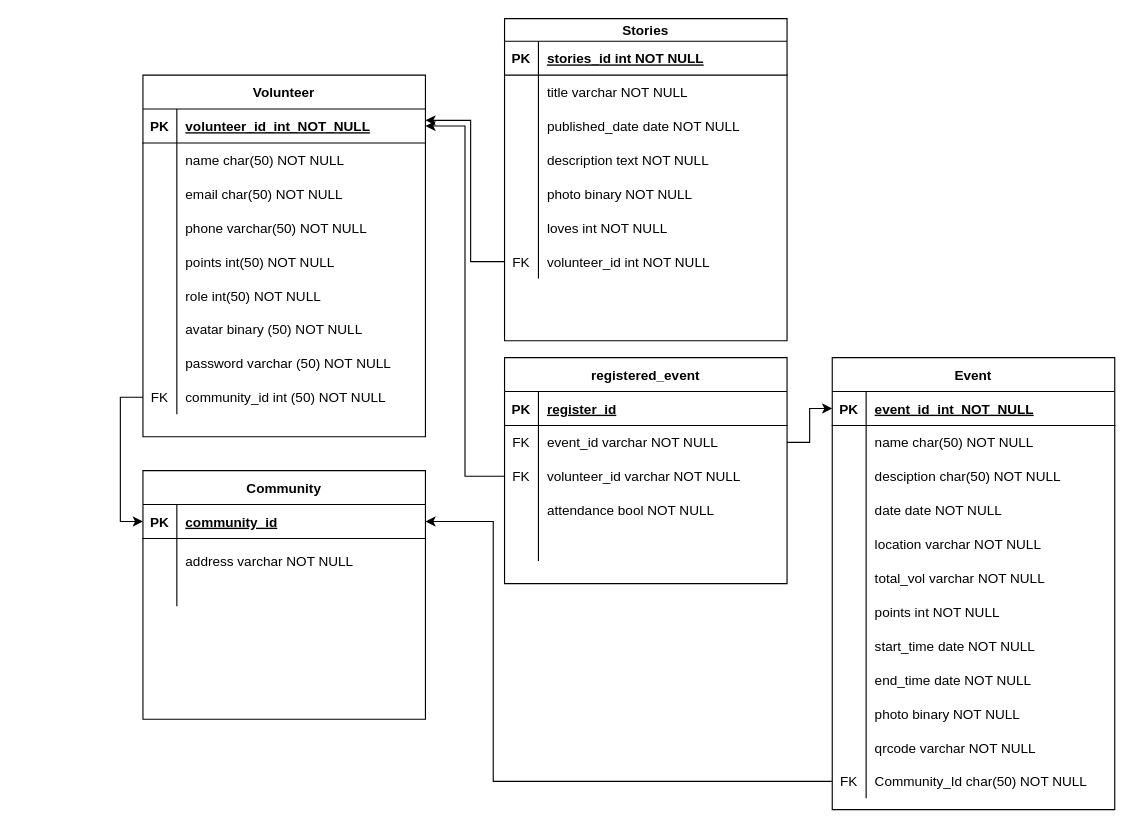
This is titik-jumpa-db.drawio from TitikJumpa/titik-jumpa-db, a draw.io file, before an edit. Source tidied: cells renumbered, new cells numbered last; positions are measured from the earlier drawing's top-left corner, leaving out a move shared by most shapes. Both pictures are drawn from the tidied source at 113%, with x=0, y=0 at pixel (18, 18).
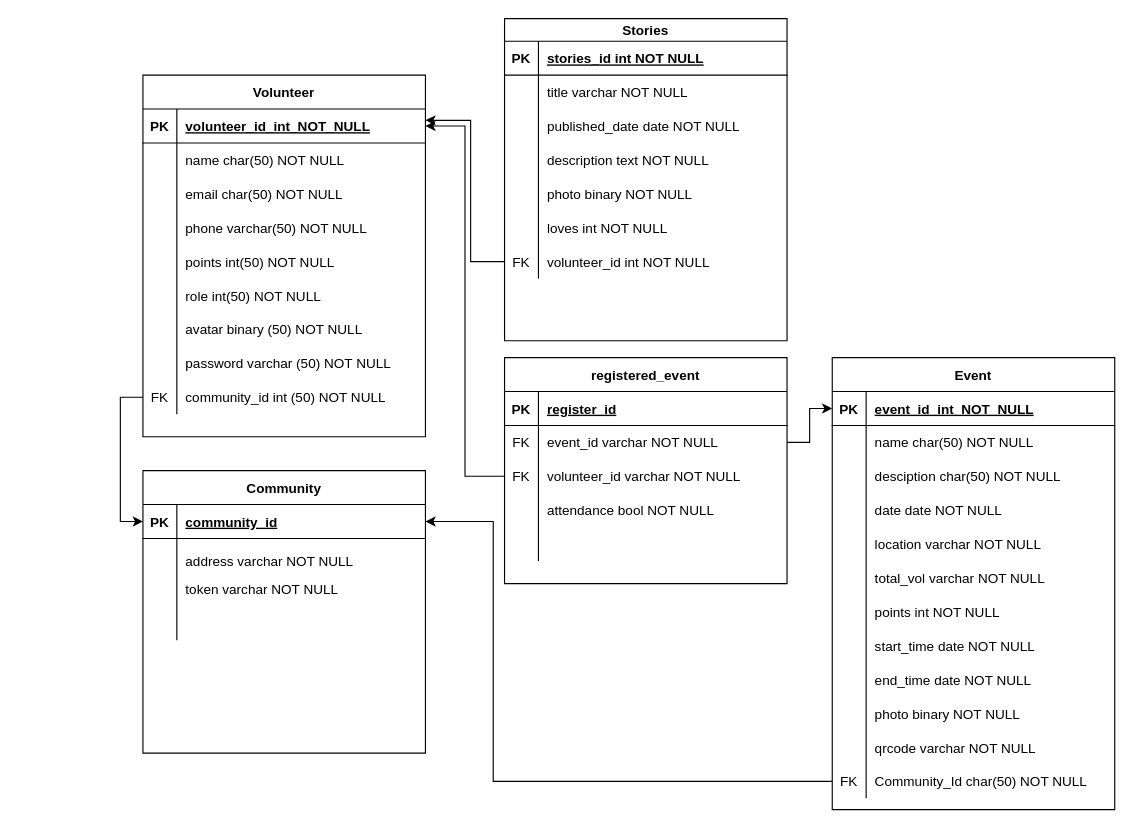
After the change.

Commit message:
Tambah field token di community

Unchanged cells that the change refers to:
```xml
<mxCell id="53" style="group;" parent="1" vertex="1">
  <mxGeometry x="110" y="400" width="250" height="220" as="geometry" />
</mxCell>
```

Change to the diagram source:
```diff
@@
     <mxCell id="54" value="Community" style="shape=table;startSize=30;childLayout=tableLayout;rowLines=0;fontStyle=1;align=center;" parent="53" vertex="1">
-      <mxGeometry width="250" height="220" as="geometry" />
+      <mxGeometry width="250" height="250" as="geometry" />
     </mxCell>
@@
+    <mxCell id="124" style="shape=partialRectangle;fillColor=none;top=0;left=0;bottom=0;right=0;" parent="54" vertex="1">
+      <mxGeometry y="90" width="250" height="30" as="geometry" />
+    </mxCell>
+    <mxCell id="125" style="shape=partialRectangle;fillColor=none;top=0;left=0;bottom=0;right=0;overflow=hidden;" parent="124" vertex="1">
+      <mxGeometry width="30" height="30" as="geometry" />
+    </mxCell>
+    <mxCell id="126" value="token varchar NOT NULL" style="shape=partialRectangle;fillColor=none;top=0;left=0;bottom=0;right=0;align=left;spacingLeft=6;overflow=hidden;" parent="124" vertex="1">
+      <mxGeometry x="30" width="220" height="30" as="geometry" />
+    </mxCell>
     <mxCell id="61" style="shape=partialRectangle;fillColor=none;top=0;left=0;right=0;bottom=0;" parent="54" vertex="1">
-      <mxGeometry y="90" width="250" height="30" as="geometry" />
+      <mxGeometry y="120" width="250" height="30" as="geometry" />
     </mxCell>
```
